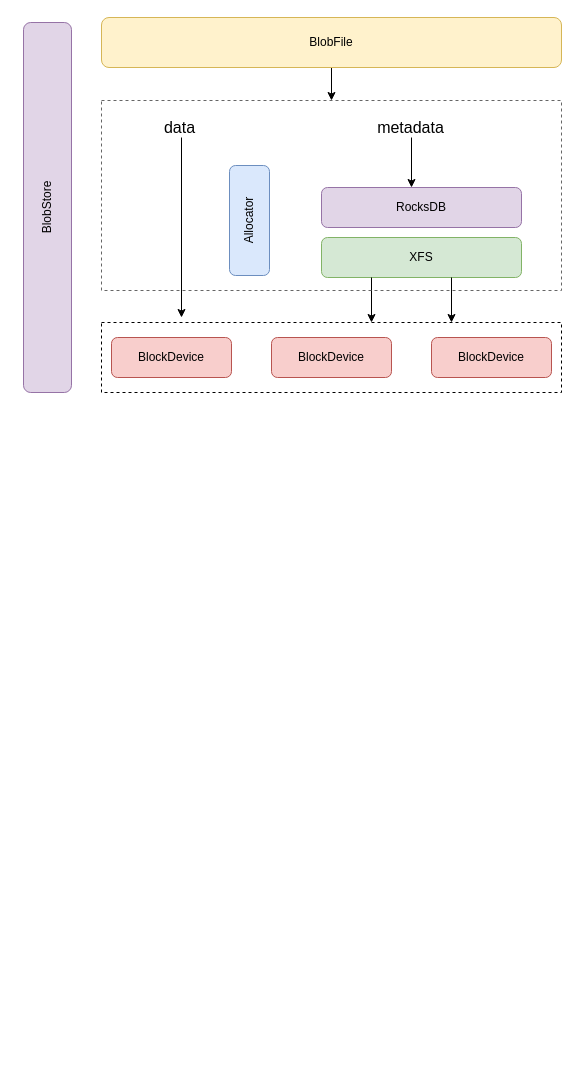
shimingyah/diagrams keeps this draw.io diagram as bs存储底座.drawio. Above is the earlier version. Source tidied: cells renumbered, new cells numbered last; positions are measured from the earlier drawing's top-left corner, leaving out a move shared by most shapes. Both pictures are drawn from the tidied source at 100%, with x=0, y=0 at pixel (-138, 17).
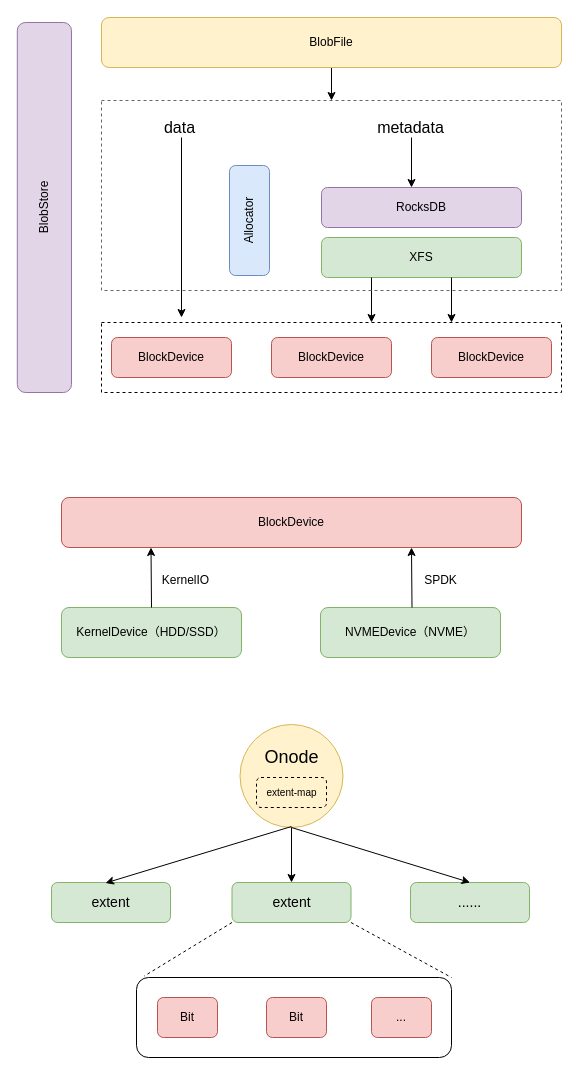
After the change.

Commit message:
更新bs存储底座.drawio

What changed in the source:
```diff
@@
     <mxCell id="18" value="BlobStore" style="rounded=1;whiteSpace=wrap;html=1;rotation=-90;fillColor=#e1d5e7;strokeColor=#9673a6;" parent="1" vertex="1">
-      <mxGeometry y="166" width="370" height="48" as="geometry" />
+      <mxGeometry x="-3.1" y="162.9" width="370" height="54.2" as="geometry" />
     </mxCell>
+    <mxCell id="19" value="BlockDevice" style="rounded=1;whiteSpace=wrap;html=1;fillColor=#f8cecc;strokeColor=#b85450;" parent="1" vertex="1">
+      <mxGeometry x="199" y="480" width="460" height="50" as="geometry" />
+    </mxCell>
+    <mxCell id="20" value="KernelDevice（HDD/SSD）" style="rounded=1;whiteSpace=wrap;html=1;fillColor=#d5e8d4;strokeColor=#82b366;" parent="1" vertex="1">
+      <mxGeometry x="199" y="590" width="180" height="50" as="geometry" />
+    </mxCell>
+    <mxCell id="21" value="NVMEDevice（NVME）" style="rounded=1;whiteSpace=wrap;html=1;fillColor=#d5e8d4;strokeColor=#82b366;" parent="1" vertex="1">
+      <mxGeometry x="458" y="590" width="180" height="50" as="geometry" />
+    </mxCell>
+    <mxCell id="22" style="endArrow=classic;html=1;rounded=0;" parent="1" edge="1">
+      <mxGeometry relative="1" as="geometry">
+        <mxPoint x="289" y="590" as="sourcePoint" />
+        <mxPoint x="288.5" y="530" as="targetPoint" />
+      </mxGeometry>
+    </mxCell>
+    <mxCell id="23" value="KernelIO" style="text;html=1;align=center;verticalAlign=middle;strokeColor=none;fillColor=none;" parent="1" vertex="1">
+      <mxGeometry x="290" y="550" width="65" height="26" as="geometry" />
+    </mxCell>
+    <mxCell id="24" style="endArrow=classic;html=1;rounded=0;" parent="1" edge="1">
+      <mxGeometry relative="1" as="geometry">
+        <mxPoint x="549.5" y="590" as="sourcePoint" />
+        <mxPoint x="549" y="530" as="targetPoint" />
+      </mxGeometry>
+    </mxCell>
+    <mxCell id="25" value="SPDK" style="text;html=1;align=center;verticalAlign=middle;strokeColor=none;fillColor=none;" parent="1" vertex="1">
+      <mxGeometry x="548" y="548" width="60" height="30" as="geometry" />
+    </mxCell>
+    <mxCell id="26" style="ellipse;whiteSpace=wrap;html=1;fillColor=#fff2cc;strokeColor=#d6b656;" parent="1" vertex="1">
+      <mxGeometry x="377.5" y="707" width="103" height="103" as="geometry" />
+    </mxCell>
+    <mxCell id="27" value="extent-map" style="text;html=1;align=center;verticalAlign=middle;strokeColor=default;fillColor=none;dashed=1;fontSize=10;rounded=1;" parent="1" vertex="1">
+      <mxGeometry x="394" y="760" width="70" height="30" as="geometry" />
+    </mxCell>
+    <mxCell id="28" value="extent" style="rounded=1;whiteSpace=wrap;html=1;fontSize=14;fillColor=#d5e8d4;strokeColor=#82b366;" parent="1" vertex="1">
+      <mxGeometry x="189" y="865" width="119" height="40" as="geometry" />
+    </mxCell>
+    <mxCell id="29" value="extent" style="rounded=1;whiteSpace=wrap;html=1;fontSize=14;fillColor=#d5e8d4;strokeColor=#82b366;" parent="1" vertex="1">
+      <mxGeometry x="369.5" y="865" width="119" height="40" as="geometry" />
+    </mxCell>
+    <mxCell id="30" value="......" style="rounded=1;whiteSpace=wrap;html=1;fontSize=14;fillColor=#d5e8d4;strokeColor=#82b366;" parent="1" vertex="1">
+      <mxGeometry x="548" y="865" width="119" height="40" as="geometry" />
+    </mxCell>
+    <mxCell id="31" style="endArrow=classic;html=1;rounded=0;entryX=0.454;entryY=0.013;entryDx=0;entryDy=0;entryPerimeter=0;" parent="1" edge="1" target="28">
+      <mxGeometry relative="1" as="geometry">
+        <mxPoint x="429" y="809" as="sourcePoint" />
+      </mxGeometry>
+    </mxCell>
+    <mxCell id="32" style="endArrow=classic;html=1;rounded=0;exitX=0.5;exitY=1;exitDx=0;exitDy=0;" parent="1" edge="1" source="26" target="29">
+      <mxGeometry relative="1" as="geometry" />
+    </mxCell>
+    <mxCell id="33" style="endArrow=classic;html=1;rounded=0;entryX=0.5;entryY=0;entryDx=0;entryDy=0;exitX=0.5;exitY=1;exitDx=0;exitDy=0;" parent="1" edge="1" source="26" target="30">
+      <mxGeometry relative="1" as="geometry" />
+    </mxCell>
+    <mxCell id="34" style="rounded=1;whiteSpace=wrap;html=1;fillColor=none;" parent="1" vertex="1">
+      <mxGeometry x="274" y="960" width="315" height="80" as="geometry" />
+    </mxCell>
+    <mxCell id="35" style="edgeStyle=orthogonalEdgeStyle;rounded=0;orthogonalLoop=1;jettySize=auto;html=1;exitX=0.5;exitY=1;exitDx=0;exitDy=0;" parent="1" edge="1" source="34" target="34">
+      <mxGeometry relative="1" as="geometry" />
+    </mxCell>
+    <mxCell id="36" value="Bit" style="rounded=1;whiteSpace=wrap;html=1;fillColor=#f8cecc;strokeColor=#b85450;" parent="1" vertex="1">
+      <mxGeometry x="295" y="980" width="60" height="40" as="geometry" />
+    </mxCell>
+    <mxCell id="37" value="Bit" style="rounded=1;whiteSpace=wrap;html=1;fillColor=#f8cecc;strokeColor=#b85450;" parent="1" vertex="1">
+      <mxGeometry x="404" y="980" width="60" height="40" as="geometry" />
+    </mxCell>
+    <mxCell id="38" value="..." style="rounded=1;whiteSpace=wrap;html=1;fillColor=#f8cecc;strokeColor=#b85450;" parent="1" vertex="1">
+      <mxGeometry x="509" y="980" width="60" height="40" as="geometry" />
+    </mxCell>
+    <mxCell id="39" style="endArrow=none;html=1;rounded=0;entryX=0.025;entryY=-0.019;entryDx=0;entryDy=0;entryPerimeter=0;exitX=0;exitY=1;exitDx=0;exitDy=0;dashed=1;" parent="1" edge="1" source="29" target="34">
+      <mxGeometry relative="1" as="geometry" />
+    </mxCell>
+    <mxCell id="40" style="endArrow=none;html=1;rounded=0;entryX=1;entryY=0;entryDx=0;entryDy=0;exitX=1;exitY=1;exitDx=0;exitDy=0;dashed=1;" parent="1" edge="1" source="29" target="34">
+      <mxGeometry relative="1" as="geometry" />
+    </mxCell>
+    <mxCell id="41" value="Onode" style="text;html=1;align=center;verticalAlign=middle;strokeColor=none;fillColor=none;fontSize=18;" parent="1" vertex="1">
+      <mxGeometry x="389" y="720" width="80" height="40" as="geometry" />
+    </mxCell>
```
